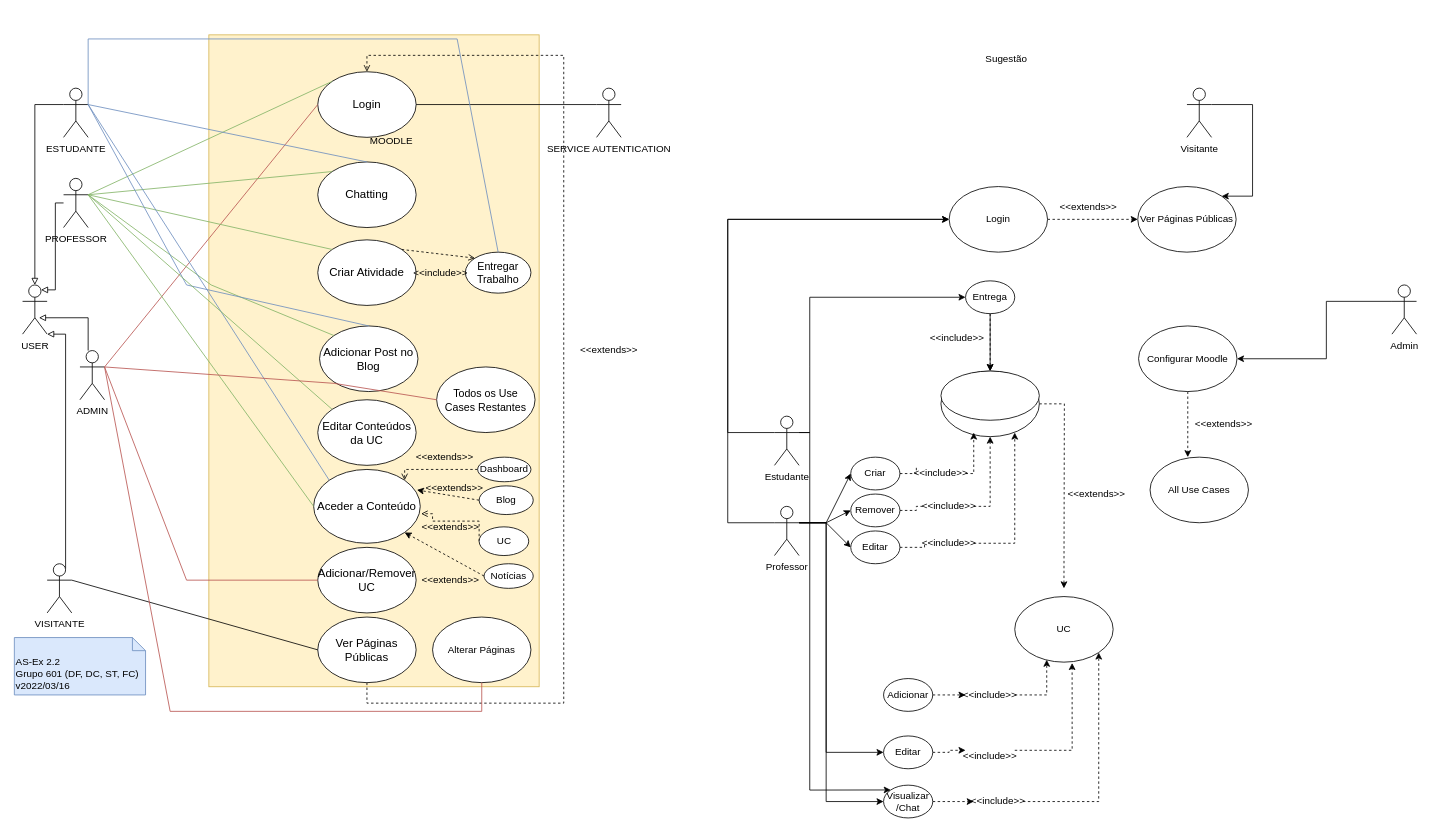
The draw.io diagram page "2.2" (1 of 3) of P/P2/P2.drawio in DavidAraujo98/AS, before the edit. Source tidied: cells renumbered, new cells numbered last; positions are measured from the earlier drawing's top-left corner, leaving out a move shared by most shapes. Both pictures are drawn from the tidied source at 82%, with x=0, y=0 at pixel (14, 34).
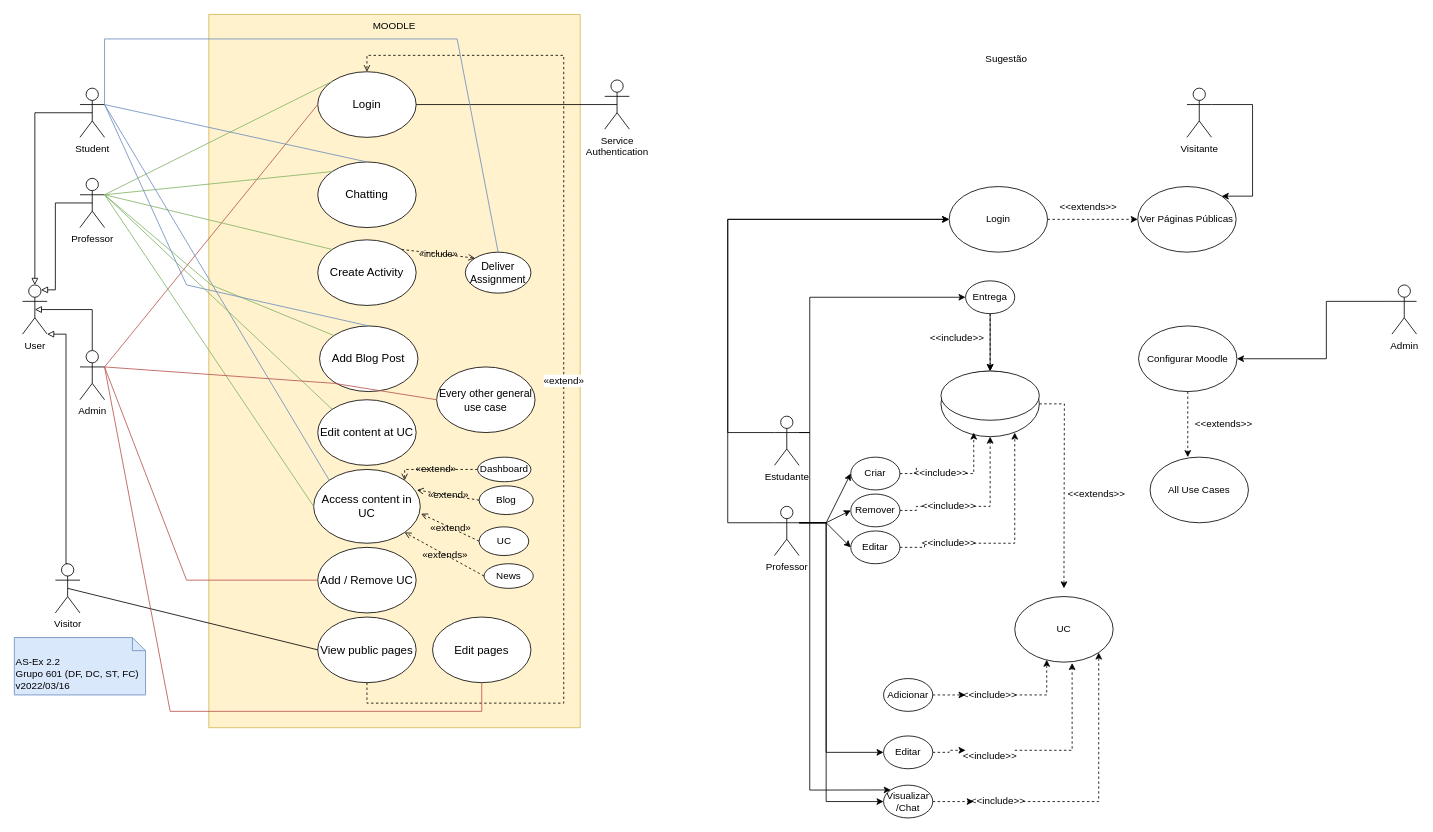
After the change.

The change refers to these unchanged cells:
```xml
<mxCell id="12" value="&lt;div style=&quot;font-size: 14px&quot;&gt;&lt;font style=&quot;font-size: 14px&quot;&gt;Login&lt;/font&gt;&lt;/div&gt;" style="ellipse;whiteSpace=wrap;html=1;" parent="1" vertex="1">
  <mxGeometry x="370" y="45" width="120" height="80" as="geometry" />
</mxCell>
<mxCell id="103" value="Blog" style="ellipse;whiteSpace=wrap;html=1;fontSize=12;" parent="1" vertex="1">
  <mxGeometry x="566.8" y="550" width="66" height="35" as="geometry" />
</mxCell>
<mxCell id="105" value="UC" style="ellipse;whiteSpace=wrap;html=1;fontSize=12;" parent="1" vertex="1">
  <mxGeometry x="566.8" y="600" width="60.5" height="35" as="geometry" />
</mxCell>
<mxCell id="108" value="Dashboard" style="ellipse;whiteSpace=wrap;html=1;fontSize=12;" parent="1" vertex="1">
  <mxGeometry x="565" y="515" width="65" height="30" as="geometry" />
</mxCell>
```

Diff of the diagram source:
```diff
@@
-    <mxCell id="2" style="rounded=0;whiteSpace=wrap;html=1;fillColor=#fff2cc;strokeColor=#d6b656;" parent="1" vertex="1">
-      <mxGeometry x="237.2" width="402.8" height="795" as="geometry" />
+    <mxCell id="2" value="MOODLE" style="rounded=0;whiteSpace=wrap;html=1;fillColor=#fff2cc;strokeColor=#d6b656;verticalAlign=top;" parent="1" vertex="1">
+      <mxGeometry x="237.2" y="-25" width="452.8" height="870" as="geometry" />
     </mxCell>
-    <mxCell id="3" style="edgeStyle=orthogonalEdgeStyle;rounded=0;jettySize=auto;html=1;endArrow=block;endFill=0;exitX=0;exitY=0.3333333333333333;exitDx=0;exitDy=0;exitPerimeter=0;" parent="1" edge="1" source="4" target="9">
+    <mxCell id="3" style="edgeStyle=orthogonalEdgeStyle;rounded=0;jettySize=auto;html=1;endArrow=block;endFill=0;exitX=0.5;exitY=0.5;exitDx=0;exitDy=0;exitPerimeter=0;" parent="1" edge="1" source="4" target="9">
       <mxGeometry relative="1" as="geometry">
         <Array as="points">
-          <mxPoint x="25" y="85" />
+          <mxPoint x="25" y="95" />
         </Array>
       </mxGeometry>
     </mxCell>
-    <mxCell id="4" value="&lt;div&gt;ESTUDANTE&lt;/div&gt;&lt;div&gt;&lt;br&gt;&lt;/div&gt;" style="shape=umlActor;verticalLabelPosition=bottom;verticalAlign=top;html=1;outlineConnect=0;" parent="1" vertex="1">
-      <mxGeometry x="60" y="65" width="30" height="60" as="geometry" />
+    <mxCell id="4" value="&lt;div&gt;Student&lt;/div&gt;" style="shape=umlActor;verticalLabelPosition=bottom;verticalAlign=top;html=1;outlineConnect=0;" parent="1" vertex="1">
+      <mxGeometry x="80" y="65" width="30" height="60" as="geometry" />
     </mxCell>
-    <mxCell id="5" style="edgeStyle=orthogonalEdgeStyle;rounded=0;jettySize=auto;html=1;endArrow=block;endFill=0;entryX=0.75;entryY=0.1;entryDx=0;entryDy=0;entryPerimeter=0;" parent="1" edge="1" source="6" target="9">
+    <mxCell id="5" style="edgeStyle=orthogonalEdgeStyle;rounded=0;jettySize=auto;html=1;endArrow=block;endFill=0;entryX=0.75;entryY=0.1;entryDx=0;entryDy=0;entryPerimeter=0;exitX=0.5;exitY=0.5;exitDx=0;exitDy=0;exitPerimeter=0;" parent="1" edge="1" source="6" target="9">
       <mxGeometry relative="1" as="geometry">
         <Array as="points">
           <mxPoint x="50" y="205" />
           <mxPoint x="50" y="311" />
         </Array>
       </mxGeometry>
     </mxCell>
-    <mxCell id="6" value="&lt;div&gt;PROFESSOR&lt;/div&gt;&lt;div&gt;&lt;br&gt;&lt;/div&gt;" style="shape=umlActor;verticalLabelPosition=bottom;verticalAlign=top;html=1;outlineConnect=0;" parent="1" vertex="1">
-      <mxGeometry x="60" y="175" width="30" height="60" as="geometry" />
+    <mxCell id="6" value="Professor" style="shape=umlActor;verticalLabelPosition=bottom;verticalAlign=top;html=1;outlineConnect=0;" parent="1" vertex="1">
+      <mxGeometry x="80" y="175" width="30" height="60" as="geometry" />
     </mxCell>
-    <mxCell id="7" style="edgeStyle=orthogonalEdgeStyle;rounded=0;jettySize=auto;html=1;entryX=0.667;entryY=0.667;entryDx=0;entryDy=0;entryPerimeter=0;endArrow=block;endFill=0;" parent="1" edge="1" source="8" target="9">
+    <mxCell id="7" style="edgeStyle=orthogonalEdgeStyle;rounded=0;jettySize=auto;html=1;entryX=0.5;entryY=0.5;entryDx=0;entryDy=0;entryPerimeter=0;endArrow=block;endFill=0;exitX=0.5;exitY=0;exitDx=0;exitDy=0;exitPerimeter=0;" parent="1" edge="1" source="8" target="9">
       <mxGeometry relative="1" as="geometry">
         <Array as="points">
-          <mxPoint x="90" y="415" />
-          <mxPoint x="90" y="345" />
+          <mxPoint x="95" y="335" />
         </Array>
       </mxGeometry>
     </mxCell>
-    <mxCell id="8" value="&lt;div&gt;ADMIN&lt;/div&gt;&lt;div&gt;&lt;br&gt;&lt;/div&gt;&lt;div&gt;&lt;br&gt;&lt;/div&gt;" style="shape=umlActor;verticalLabelPosition=bottom;verticalAlign=top;html=1;outlineConnect=0;" parent="1" vertex="1">
+    <mxCell id="8" value="&lt;div&gt;Admin&lt;/div&gt;" style="shape=umlActor;verticalLabelPosition=bottom;verticalAlign=top;html=1;outlineConnect=0;" parent="1" vertex="1">
       <mxGeometry x="80" y="385" width="30" height="60" as="geometry" />
     </mxCell>
-    <mxCell id="9" value="&lt;div&gt;USER&lt;/div&gt;&lt;div&gt;&lt;br&gt;&lt;/div&gt;" style="shape=umlActor;verticalLabelPosition=bottom;verticalAlign=top;html=1;outlineConnect=0;" parent="1" vertex="1">
+    <mxCell id="9" value="&lt;div&gt;User&lt;/div&gt;" style="shape=umlActor;verticalLabelPosition=bottom;verticalAlign=top;html=1;outlineConnect=0;" parent="1" vertex="1">
       <mxGeometry x="10" y="305" width="30" height="60" as="geometry" />
     </mxCell>
-    <mxCell id="10" style="edgeStyle=orthogonalEdgeStyle;rounded=0;jettySize=auto;html=1;entryX=1;entryY=1;entryDx=0;entryDy=0;entryPerimeter=0;endArrow=block;endFill=0;exitX=0.75;exitY=0.1;exitDx=0;exitDy=0;exitPerimeter=0;" parent="1" edge="1" source="11" target="9">
+    <mxCell id="10" style="edgeStyle=orthogonalEdgeStyle;rounded=0;jettySize=auto;html=1;entryX=1;entryY=1;entryDx=0;entryDy=0;entryPerimeter=0;endArrow=block;endFill=0;exitX=0.5;exitY=0;exitDx=0;exitDy=0;exitPerimeter=0;" parent="1" edge="1" source="11" target="9">
       <mxGeometry relative="1" as="geometry">
         <Array as="points">
+          <mxPoint x="63" y="645" />
           <mxPoint x="63" y="365" />
         </Array>
       </mxGeometry>
     </mxCell>
-    <mxCell id="11" value="&lt;div&gt;VISITANTE&lt;/div&gt;&lt;div&gt;&lt;br&gt;&lt;/div&gt;" style="shape=umlActor;verticalLabelPosition=bottom;verticalAlign=top;html=1;outlineConnect=0;" parent="1" vertex="1">
-      <mxGeometry x="40" y="645" width="30" height="60" as="geometry" />
+    <mxCell id="11" value="&lt;div&gt;Visitor&lt;/div&gt;" style="shape=umlActor;verticalLabelPosition=bottom;verticalAlign=top;html=1;outlineConnect=0;" parent="1" vertex="1">
+      <mxGeometry x="50" y="645" width="30" height="60" as="geometry" />
     </mxCell>
@@
-    <mxCell id="13" value="&lt;div&gt;SERVICE AUTENTICATION&lt;/div&gt;&lt;div&gt;&lt;br&gt;&lt;/div&gt;&lt;div&gt;&lt;br&gt;&lt;/div&gt;" style="shape=umlActor;verticalLabelPosition=bottom;verticalAlign=top;html=1;outlineConnect=0;" parent="1" vertex="1">
-      <mxGeometry x="710" y="65" width="30" height="60" as="geometry" />
+    <mxCell id="13" value="&lt;div&gt;Service&lt;br&gt;Authentication&lt;/div&gt;" style="shape=umlActor;verticalLabelPosition=bottom;verticalAlign=top;html=1;outlineConnect=0;" parent="1" vertex="1">
+      <mxGeometry x="720" y="55" width="30" height="60" as="geometry" />
     </mxCell>
@@
-    <mxCell id="15" style="endArrow=none;html=1;rounded=0;exitX=0;exitY=0.3333333333333333;exitDx=0;exitDy=0;exitPerimeter=0;entryX=1;entryY=0.5;entryDx=0;entryDy=0;" parent="1" edge="1" source="13" target="12">
+    <mxCell id="15" style="endArrow=none;html=1;rounded=0;exitX=0.5;exitY=0.5;exitDx=0;exitDy=0;exitPerimeter=0;entryX=1;entryY=0.5;entryDx=0;entryDy=0;" parent="1" edge="1" source="13" target="12">
       <mxGeometry relative="1" as="geometry" />
     </mxCell>
@@
-    <mxCell id="17" value="&lt;font style=&quot;font-size: 14px&quot;&gt;Adicionar/Remover UC&lt;/font&gt;" style="ellipse;whiteSpace=wrap;html=1;" parent="1" vertex="1">
+    <mxCell id="17" value="&lt;font style=&quot;font-size: 14px&quot;&gt;Add / Remove UC&lt;/font&gt;" style="ellipse;whiteSpace=wrap;html=1;" parent="1" vertex="1">
       <mxGeometry x="370" y="625" width="120" height="80" as="geometry" />
     </mxCell>
-    <mxCell id="18" value="&lt;font style=&quot;font-size: 14px&quot;&gt;Criar Atividade&lt;/font&gt;" style="ellipse;whiteSpace=wrap;html=1;" parent="1" vertex="1">
+    <mxCell id="18" value="&lt;font style=&quot;font-size: 14px&quot;&gt;Create Activity&lt;/font&gt;" style="ellipse;whiteSpace=wrap;html=1;" parent="1" vertex="1">
       <mxGeometry x="370" y="250" width="120" height="80" as="geometry" />
     </mxCell>
-    <mxCell id="19" style="edgeStyle=orthogonalEdgeStyle;rounded=0;jettySize=auto;html=1;exitX=0.5;exitY=1;exitDx=0;exitDy=0;entryX=0.5;entryY=0;entryDx=0;entryDy=0;fontSize=12;startArrow=none;startFill=0;dashed=1;endArrow=open;endFill=0;" parent="1" edge="1" source="20" target="12">
+    <mxCell id="19" value="«extend»" style="edgeStyle=orthogonalEdgeStyle;rounded=0;jettySize=auto;html=1;exitX=0.5;exitY=1;exitDx=0;exitDy=0;entryX=0.5;entryY=0;entryDx=0;entryDy=0;fontSize=12;startArrow=none;startFill=0;dashed=1;endArrow=open;endFill=0;" parent="1" edge="1" source="20" target="12">
       <mxGeometry relative="1" as="geometry">
         <Array as="points">
           <mxPoint x="430" y="815" />
           <mxPoint x="670" y="815" />
           <mxPoint x="670" y="25" />
           <mxPoint x="430" y="25" />
         </Array>
       </mxGeometry>
     </mxCell>
-    <mxCell id="20" value="&lt;div style=&quot;font-size: 14px&quot;&gt;&lt;font style=&quot;font-size: 14px&quot;&gt;Ver Páginas Públicas&lt;/font&gt;&lt;/div&gt;" style="ellipse;whiteSpace=wrap;html=1;" parent="1" vertex="1">
+    <mxCell id="20" value="&lt;div style=&quot;font-size: 14px&quot;&gt;&lt;font style=&quot;font-size: 14px&quot;&gt;View public pages&lt;/font&gt;&lt;/div&gt;" style="ellipse;whiteSpace=wrap;html=1;" parent="1" vertex="1">
       <mxGeometry x="370" y="710" width="120" height="80" as="geometry" />
     </mxCell>
-    <mxCell id="21" value="&lt;font style=&quot;font-size: 13px&quot;&gt;Entregar Trabalho&lt;/font&gt;" style="ellipse;whiteSpace=wrap;html=1;" parent="1" vertex="1">
+    <mxCell id="21" value="&lt;font style=&quot;font-size: 13px&quot;&gt;Deliver Assignment&lt;/font&gt;" style="ellipse;whiteSpace=wrap;html=1;" parent="1" vertex="1">
       <mxGeometry x="550" y="265" width="80" height="50" as="geometry" />
     </mxCell>
-    <mxCell id="22" style="endArrow=open;html=1;rounded=0;exitX=1;exitY=0;exitDx=0;exitDy=0;entryX=0;entryY=0;entryDx=0;entryDy=0;endFill=0;dashed=1;startArrow=none;" parent="1" edge="1" source="18" target="21">
+    <mxCell id="22" value="«include»" style="endArrow=open;html=1;rounded=0;exitX=1;exitY=0;exitDx=0;exitDy=0;entryX=0;entryY=0;entryDx=0;entryDy=0;endFill=0;dashed=1;startArrow=none;labelBackgroundColor=none;" parent="1" edge="1" source="18" target="21">
       <mxGeometry relative="1" as="geometry" />
     </mxCell>
-    <mxCell id="23" value="&lt;font style=&quot;font-size: 14px&quot;&gt;Aceder a Conteúdo&lt;/font&gt;" style="ellipse;whiteSpace=wrap;html=1;" parent="1" vertex="1">
+    <mxCell id="23" value="&lt;font style=&quot;font-size: 14px&quot;&gt;Access content in UC&lt;/font&gt;" style="ellipse;whiteSpace=wrap;html=1;" parent="1" vertex="1">
       <mxGeometry x="365" y="530" width="130" height="90" as="geometry" />
     </mxCell>
-    <mxCell id="24" value="&lt;div&gt;&amp;lt;&amp;lt;include&amp;gt;&amp;gt;&lt;/div&gt;" style="text;html=1;strokeColor=none;fillColor=none;align=center;verticalAlign=middle;whiteSpace=wrap;rounded=0;" parent="1" vertex="1">
-      <mxGeometry x="490" y="275" width="60" height="30" as="geometry" />
-    </mxCell>
-    <mxCell id="25" value="&lt;font style=&quot;font-size: 14px&quot;&gt;Adicionar Post no Blog&lt;/font&gt;" style="ellipse;whiteSpace=wrap;html=1;" parent="1" vertex="1">
+    <mxCell id="25" value="&lt;font style=&quot;font-size: 14px&quot;&gt;Add Blog Post&lt;/font&gt;" style="ellipse;whiteSpace=wrap;html=1;" parent="1" vertex="1">
       <mxGeometry x="372.2" y="355" width="120" height="80" as="geometry" />
     </mxCell>
-    <mxCell id="26" value="&lt;div&gt;Alterar Páginas &lt;br&gt;&lt;/div&gt;" style="ellipse;whiteSpace=wrap;html=1;" parent="1" vertex="1">
+    <mxCell id="26" value="&lt;div&gt;&lt;font style=&quot;font-size: 14px&quot;&gt;Edit pages&lt;/font&gt;&lt;br&gt;&lt;/div&gt;" style="ellipse;whiteSpace=wrap;html=1;" parent="1" vertex="1">
       <mxGeometry x="510" y="710" width="120" height="80" as="geometry" />
     </mxCell>
-    <mxCell id="27" style="endArrow=none;html=1;rounded=0;exitX=1;exitY=0.3333333333333333;exitDx=0;exitDy=0;exitPerimeter=0;entryX=0;entryY=0.5;entryDx=0;entryDy=0;" parent="1" edge="1" source="11" target="20">
+    <mxCell id="27" style="endArrow=none;html=1;rounded=0;exitX=0.5;exitY=0.5;exitDx=0;exitDy=0;exitPerimeter=0;entryX=0;entryY=0.5;entryDx=0;entryDy=0;" parent="1" edge="1" source="11" target="20">
       <mxGeometry relative="1" as="geometry" />
     </mxCell>
@@
     <mxCell id="34" style="endArrow=none;html=1;rounded=0;exitX=1;exitY=0.3333333333333333;exitDx=0;exitDy=0;exitPerimeter=0;entryX=0.5;entryY=0;entryDx=0;entryDy=0;fillColor=#dae8fc;strokeColor=#6c8ebf;" parent="1" edge="1" source="4" target="21">
       <mxGeometry relative="1" as="geometry">
         <Array as="points">
-          <mxPoint x="90" y="5" />
+          <mxPoint x="110" y="5" />
           <mxPoint x="540" y="5" />
         </Array>
       </mxGeometry>
     </mxCell>
@@
-    <mxCell id="94" style="endArrow=none;html=1;rounded=0;entryX=0.5;entryY=0;entryDx=0;entryDy=0;fillColor=#dae8fc;strokeColor=#6c8ebf;" parent="1" edge="1" target="25">
+    <mxCell id="94" style="endArrow=none;html=1;rounded=0;entryX=0.5;entryY=0;entryDx=0;entryDy=0;fillColor=#dae8fc;strokeColor=#6c8ebf;exitX=1;exitY=0.3333333333333333;exitDx=0;exitDy=0;exitPerimeter=0;" parent="1" edge="1" source="4" target="25">
       <mxGeometry relative="1" as="geometry">
-        <mxPoint x="90" y="85" as="sourcePoint" />
         <Array as="points">
           <mxPoint x="210" y="305" />
         </Array>
       </mxGeometry>
     </mxCell>
@@
-    <mxCell id="97" value="&lt;font style=&quot;font-size: 14px&quot;&gt;Editar Conteúdos da UC&lt;/font&gt;" style="ellipse;whiteSpace=wrap;html=1;" parent="1" vertex="1">
+    <mxCell id="97" value="&lt;font style=&quot;font-size: 14px&quot;&gt;Edit content at UC&lt;br&gt;&lt;/font&gt;" style="ellipse;whiteSpace=wrap;html=1;" parent="1" vertex="1">
       <mxGeometry x="370" y="445" width="120" height="80" as="geometry" />
     </mxCell>
@@
-    <mxCell id="100" value="&lt;font style=&quot;font-size: 13px&quot;&gt;Todos os Use Cases Restantes&lt;/font&gt;" style="ellipse;whiteSpace=wrap;html=1;fontSize=14;" parent="1" vertex="1">
+    <mxCell id="100" value="&lt;font style=&quot;font-size: 13px&quot;&gt;Every other general use case&lt;/font&gt;" style="ellipse;whiteSpace=wrap;html=1;fontSize=14;" parent="1" vertex="1">
       <mxGeometry x="515" y="405" width="120" height="80" as="geometry" />
     </mxCell>
@@
-    <mxCell id="102" value="&lt;div&gt;&amp;lt;&amp;lt;extends&amp;gt;&amp;gt;&lt;/div&gt;" style="text;html=1;align=center;verticalAlign=middle;strokeColor=none;fillColor=none;fontSize=12;" parent="1" vertex="1">
-      <mxGeometry x="680" y="375" width="90" height="20" as="geometry" />
-    </mxCell>
@@
-    <mxCell id="104" style="edgeStyle=orthogonalEdgeStyle;rounded=0;jettySize=auto;html=1;exitX=0;exitY=0.5;exitDx=0;exitDy=0;entryX=1.008;entryY=0.6;entryDx=0;entryDy=0;dashed=1;fontSize=12;startArrow=none;startFill=0;endArrow=open;endFill=0;entryPerimeter=0;" parent="1" edge="1" source="105" target="23">
-      <mxGeometry relative="1" as="geometry">
-        <Array as="points">
-          <mxPoint x="510" y="593" />
-          <mxPoint x="510" y="584" />
-        </Array>
-      </mxGeometry>
+    <mxCell id="104" value="«extend»" style="rounded=0;jettySize=auto;html=1;exitX=0;exitY=0.5;exitDx=0;exitDy=0;entryX=1.008;entryY=0.6;entryDx=0;entryDy=0;dashed=1;fontSize=12;startArrow=none;startFill=0;endArrow=open;endFill=0;entryPerimeter=0;labelBackgroundColor=none;" parent="1" edge="1" source="105" target="23">
+      <mxGeometry relative="1" as="geometry" />
     </mxCell>
@@
-    <mxCell id="106" value="Notícias" style="ellipse;whiteSpace=wrap;html=1;fontSize=12;" parent="1" vertex="1">
+    <mxCell id="106" value="News" style="ellipse;whiteSpace=wrap;html=1;fontSize=12;" parent="1" vertex="1">
       <mxGeometry x="572.8" y="645" width="60" height="30" as="geometry" />
     </mxCell>
-    <mxCell id="107" style="edgeStyle=orthogonalEdgeStyle;rounded=0;jettySize=auto;html=1;exitX=0;exitY=0.5;exitDx=0;exitDy=0;entryX=1;entryY=0;entryDx=0;entryDy=0;dashed=1;fontSize=12;startArrow=none;startFill=0;endArrow=open;endFill=0;" parent="1" edge="1" source="108" target="23">
+    <mxCell id="107" value="«extend»" style="edgeStyle=orthogonalEdgeStyle;rounded=0;jettySize=auto;html=1;exitX=0;exitY=0.5;exitDx=0;exitDy=0;entryX=1;entryY=0;entryDx=0;entryDy=0;dashed=1;fontSize=12;startArrow=none;startFill=0;endArrow=open;endFill=0;labelBackgroundColor=none;" parent="1" edge="1" source="108" target="23">
       <mxGeometry relative="1" as="geometry">
         <Array as="points">
           <mxPoint x="476" y="530" />
         </Array>
       </mxGeometry>
     </mxCell>
@@
-    <mxCell id="109" style="endArrow=classic;html=1;rounded=0;dashed=1;fontSize=12;exitX=0;exitY=0.5;exitDx=0;exitDy=0;entryX=1;entryY=1;entryDx=0;entryDy=0;" parent="1" edge="1" source="106" target="23">
+    <mxCell id="109" value="«extends»" style="endArrow=open;html=1;rounded=0;dashed=1;fontSize=12;exitX=0;exitY=0.5;exitDx=0;exitDy=0;entryX=1;entryY=1;entryDx=0;entryDy=0;endFill=0;labelBackgroundColor=none;" parent="1" edge="1" source="106" target="23">
       <mxGeometry relative="1" as="geometry" />
     </mxCell>
-    <mxCell id="110" style="endArrow=classic;html=1;rounded=0;dashed=1;fontSize=12;exitX=0;exitY=0.5;exitDx=0;exitDy=0;entryX=0.969;entryY=0.278;entryDx=0;entryDy=0;entryPerimeter=0;" parent="1" edge="1" source="103" target="23">
+    <mxCell id="110" value="«extend»" style="endArrow=open;html=1;rounded=0;dashed=1;fontSize=12;exitX=0;exitY=0.5;exitDx=0;exitDy=0;entryX=0.969;entryY=0.278;entryDx=0;entryDy=0;entryPerimeter=0;labelBackgroundColor=none;endFill=0;" parent="1" edge="1" source="103" target="23">
       <mxGeometry relative="1" as="geometry" />
     </mxCell>
-    <mxCell id="111" value="&lt;div&gt;&amp;lt;&amp;lt;extends&amp;gt;&amp;gt;&lt;/div&gt;" style="text;html=1;strokeColor=none;fillColor=none;align=center;verticalAlign=middle;whiteSpace=wrap;rounded=0;fontSize=12;" parent="1" vertex="1">
-      <mxGeometry x="495" y="500" width="60" height="30" as="geometry" />
-    </mxCell>
-    <mxCell id="112" value="&amp;lt;&amp;lt;extends&amp;gt;&amp;gt;" style="text;html=1;strokeColor=none;fillColor=none;align=center;verticalAlign=middle;whiteSpace=wrap;rounded=0;fontSize=12;" parent="1" vertex="1">
-      <mxGeometry x="502" y="585" width="60" height="30" as="geometry" />
-    </mxCell>
-    <mxCell id="113" value="&lt;div&gt;&lt;div&gt;&amp;lt;&amp;lt;extends&amp;gt;&amp;gt;&lt;/div&gt;&lt;/div&gt;&lt;div&gt;&lt;br&gt;&lt;/div&gt;" style="text;html=1;strokeColor=none;fillColor=none;align=center;verticalAlign=middle;whiteSpace=wrap;rounded=0;fontSize=12;" parent="1" vertex="1">
-      <mxGeometry x="506.8" y="545" width="60" height="30" as="geometry" />
-    </mxCell>
-    <mxCell id="114" value="&amp;lt;&amp;lt;extends&amp;gt;&amp;gt;" style="text;html=1;strokeColor=none;fillColor=none;align=center;verticalAlign=middle;whiteSpace=wrap;rounded=0;fontSize=12;" parent="1" vertex="1">
-      <mxGeometry x="502" y="650" width="60" height="30" as="geometry" />
-    </mxCell>
-    <mxCell id="115" value="MOODLE" style="text;html=1;strokeColor=none;fillColor=none;align=center;verticalAlign=middle;whiteSpace=wrap;rounded=0;fontSize=12;" parent="1" vertex="1">
-      <mxGeometry x="430" y="115" width="60" height="30" as="geometry" />
-    </mxCell>
```
